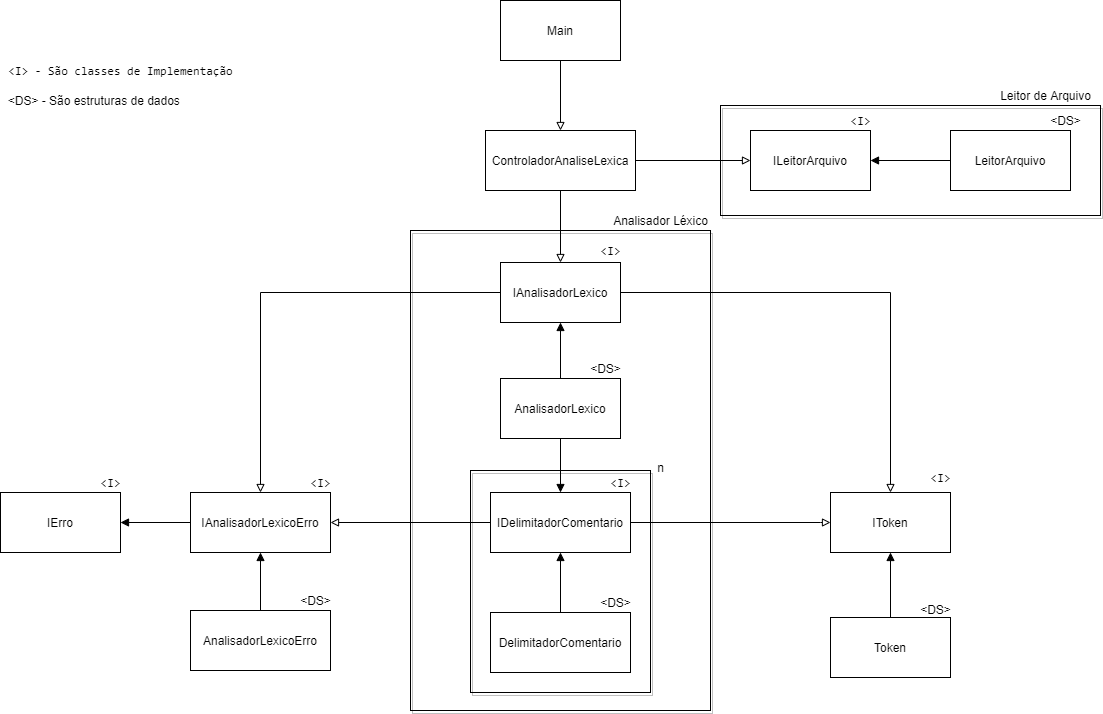
Above: diagrama.png in patricksantos/pbl-compiladores (draw.io), before the change. Source tidied: cells renumbered, new cells last; positions are measured from the earlier drawing's top-left corner, leaving out a move shared by most shapes. Source of this version:
```xml
<mxGraphModel>
  <root>
    <mxCell id="0" />
    <mxCell id="1" parent="0" />
    <mxCell id="2" style="whiteSpace=wrap;html=1;fillColor=none;shadow=1;" parent="1" vertex="1">
      <mxGeometry x="720" y="105" width="380" height="110" as="geometry" />
    </mxCell>
    <mxCell id="3" style="whiteSpace=wrap;html=1;fillColor=none;shadow=1;rounded=0;glass=0;sketch=0;" parent="1" vertex="1">
      <mxGeometry x="410" y="230" width="300" height="480" as="geometry" />
    </mxCell>
    <mxCell id="4" style="whiteSpace=wrap;html=1;fillColor=none;sketch=0;shadow=1;" parent="1" vertex="1">
      <mxGeometry x="470" y="470" width="180" height="222" as="geometry" />
    </mxCell>
    <mxCell id="5" style="edgeStyle=orthogonalEdgeStyle;rounded=0;jettySize=auto;html=1;exitX=0.5;exitY=1;exitDx=0;exitDy=0;entryX=0.5;entryY=0;entryDx=0;entryDy=0;endArrow=block;endFill=0;" parent="1" edge="1" source="6" target="9">
      <mxGeometry relative="1" as="geometry" />
    </mxCell>
    <mxCell id="6" value="Main" style="rounded=0;whiteSpace=wrap;html=1;" parent="1" vertex="1">
      <mxGeometry x="500" width="120" height="60" as="geometry" />
    </mxCell>
    <mxCell id="7" style="edgeStyle=orthogonalEdgeStyle;rounded=0;jettySize=auto;html=1;exitX=1;exitY=0.5;exitDx=0;exitDy=0;entryX=0;entryY=0.5;entryDx=0;entryDy=0;endArrow=block;endFill=0;" parent="1" edge="1" source="9" target="10">
      <mxGeometry relative="1" as="geometry" />
    </mxCell>
    <mxCell id="8" style="edgeStyle=orthogonalEdgeStyle;rounded=0;jettySize=auto;html=1;exitX=0.5;exitY=1;exitDx=0;exitDy=0;endArrow=block;endFill=0;" parent="1" edge="1" source="9" target="15">
      <mxGeometry relative="1" as="geometry" />
    </mxCell>
    <mxCell id="9" value="ControladorAnaliseLexica" style="rounded=0;whiteSpace=wrap;html=1;align=center;" parent="1" vertex="1">
      <mxGeometry x="485" y="130" width="150" height="60" as="geometry" />
    </mxCell>
    <mxCell id="10" value="ILeitorArquivo" style="rounded=0;whiteSpace=wrap;html=1;" parent="1" vertex="1">
      <mxGeometry x="750" y="130" width="120" height="60" as="geometry" />
    </mxCell>
    <mxCell id="11" style="edgeStyle=orthogonalEdgeStyle;rounded=0;jettySize=auto;html=1;exitX=0;exitY=0.5;exitDx=0;exitDy=0;entryX=1;entryY=0.5;entryDx=0;entryDy=0;endArrow=block;endFill=1;" parent="1" edge="1" source="12" target="10">
      <mxGeometry relative="1" as="geometry" />
    </mxCell>
    <mxCell id="12" value="LeitorArquivo" style="rounded=0;whiteSpace=wrap;html=1;" parent="1" vertex="1">
      <mxGeometry x="950" y="130" width="120" height="60" as="geometry" />
    </mxCell>
    <mxCell id="13" style="edgeStyle=orthogonalEdgeStyle;rounded=0;jettySize=auto;html=1;exitX=1;exitY=0.5;exitDx=0;exitDy=0;entryX=0.5;entryY=0;entryDx=0;entryDy=0;endArrow=block;endFill=0;" parent="1" edge="1" source="15" target="27">
      <mxGeometry relative="1" as="geometry" />
    </mxCell>
    <mxCell id="14" style="edgeStyle=orthogonalEdgeStyle;rounded=0;jettySize=auto;html=1;exitX=0;exitY=0.5;exitDx=0;exitDy=0;endArrow=block;endFill=0;" parent="1" edge="1" source="15" target="32">
      <mxGeometry relative="1" as="geometry" />
    </mxCell>
    <mxCell id="15" value="IAnalisadorLexico" style="rounded=0;whiteSpace=wrap;html=1;" parent="1" vertex="1">
      <mxGeometry x="500" y="262" width="120" height="60" as="geometry" />
    </mxCell>
    <mxCell id="16" style="edgeStyle=orthogonalEdgeStyle;rounded=0;jettySize=auto;html=1;exitX=0.5;exitY=0;exitDx=0;exitDy=0;entryX=0.5;entryY=1;entryDx=0;entryDy=0;endArrow=block;endFill=1;" parent="1" edge="1" source="18" target="15">
      <mxGeometry relative="1" as="geometry" />
    </mxCell>
    <mxCell id="17" style="edgeStyle=orthogonalEdgeStyle;rounded=0;jettySize=auto;html=1;exitX=0.5;exitY=1;exitDx=0;exitDy=0;entryX=0.5;entryY=0;entryDx=0;entryDy=0;endArrow=block;endFill=1;" parent="1" edge="1" source="18" target="21">
      <mxGeometry relative="1" as="geometry" />
    </mxCell>
    <mxCell id="18" value="AnalisadorLexico" style="rounded=0;whiteSpace=wrap;html=1;" parent="1" vertex="1">
      <mxGeometry x="500" y="378" width="120" height="60" as="geometry" />
    </mxCell>
    <mxCell id="19" style="edgeStyle=orthogonalEdgeStyle;rounded=0;jettySize=auto;html=1;exitX=1;exitY=0.5;exitDx=0;exitDy=0;entryX=0;entryY=0.5;entryDx=0;entryDy=0;endArrow=block;endFill=0;" parent="1" edge="1" source="21" target="27">
      <mxGeometry relative="1" as="geometry">
        <Array as="points">
          <mxPoint x="820" y="522" />
        </Array>
      </mxGeometry>
    </mxCell>
    <mxCell id="20" style="edgeStyle=orthogonalEdgeStyle;rounded=0;jettySize=auto;html=1;exitX=0;exitY=0.5;exitDx=0;exitDy=0;entryX=1;entryY=0.5;entryDx=0;entryDy=0;endArrow=block;endFill=0;" parent="1" edge="1" source="21" target="32">
      <mxGeometry relative="1" as="geometry" />
    </mxCell>
    <mxCell id="21" value="IDelimitadorComentario" style="whiteSpace=wrap;html=1;" parent="1" vertex="1">
      <mxGeometry x="490" y="492" width="140" height="60" as="geometry" />
    </mxCell>
    <mxCell id="22" style="edgeStyle=orthogonalEdgeStyle;rounded=0;jettySize=auto;html=1;exitX=0.5;exitY=0;exitDx=0;exitDy=0;entryX=0.5;entryY=1;entryDx=0;entryDy=0;endArrow=block;endFill=1;" parent="1" edge="1" source="23" target="21">
      <mxGeometry relative="1" as="geometry" />
    </mxCell>
    <mxCell id="23" value="&lt;span&gt;DelimitadorComentario&lt;/span&gt;" style="whiteSpace=wrap;html=1;" parent="1" vertex="1">
      <mxGeometry x="490" y="612" width="140" height="60" as="geometry" />
    </mxCell>
    <mxCell id="24" value="Analisador Léxico" style="text;html=1;align=center;verticalAlign=middle;" parent="1" vertex="1">
      <mxGeometry x="605" y="210" width="110" height="20" as="geometry" />
    </mxCell>
    <mxCell id="25" value="n" style="text;html=1;align=center;verticalAlign=middle;" parent="1" vertex="1">
      <mxGeometry x="650" y="457" width="20" height="20" as="geometry" />
    </mxCell>
    <mxCell id="26" value="Leitor de Arquivo" style="text;html=1;align=center;verticalAlign=middle;" parent="1" vertex="1">
      <mxGeometry x="990" y="85" width="110" height="20" as="geometry" />
    </mxCell>
    <mxCell id="27" value="IToken" style="rounded=0;whiteSpace=wrap;html=1;" parent="1" vertex="1">
      <mxGeometry x="830" y="492" width="120" height="60" as="geometry" />
    </mxCell>
    <mxCell id="28" style="edgeStyle=orthogonalEdgeStyle;rounded=0;jettySize=auto;html=1;exitX=0.5;exitY=0;exitDx=0;exitDy=0;entryX=0.5;entryY=1;entryDx=0;entryDy=0;endArrow=block;endFill=1;" parent="1" edge="1" source="29" target="27">
      <mxGeometry relative="1" as="geometry" />
    </mxCell>
    <mxCell id="29" value="Token" style="whiteSpace=wrap;html=1;fillColor=#ffffff;" parent="1" vertex="1">
      <mxGeometry x="830" y="617" width="120" height="60" as="geometry" />
    </mxCell>
    <mxCell id="30" value="IErro" style="rounded=0;whiteSpace=wrap;html=1;" parent="1" vertex="1">
      <mxGeometry y="492" width="120" height="60" as="geometry" />
    </mxCell>
    <mxCell id="31" style="edgeStyle=orthogonalEdgeStyle;rounded=0;jettySize=auto;html=1;exitX=0;exitY=0.5;exitDx=0;exitDy=0;entryX=1;entryY=0.5;entryDx=0;entryDy=0;endArrow=block;endFill=1;" parent="1" edge="1" source="32" target="30">
      <mxGeometry relative="1" as="geometry" />
    </mxCell>
    <mxCell id="32" value="IAnalisadorLexicoErro" style="whiteSpace=wrap;html=1;fillColor=#ffffff;" parent="1" vertex="1">
      <mxGeometry x="190" y="492" width="140" height="60" as="geometry" />
    </mxCell>
    <mxCell id="33" style="edgeStyle=orthogonalEdgeStyle;rounded=0;jettySize=auto;html=1;exitX=0.5;exitY=0;exitDx=0;exitDy=0;entryX=0.5;entryY=1;entryDx=0;entryDy=0;endArrow=block;endFill=1;" parent="1" edge="1" source="34" target="32">
      <mxGeometry relative="1" as="geometry" />
    </mxCell>
    <mxCell id="34" value="AnalisadorLexicoErro" style="whiteSpace=wrap;html=1;fillColor=#ffffff;" parent="1" vertex="1">
      <mxGeometry x="190" y="610" width="140" height="60" as="geometry" />
    </mxCell>
    <mxCell id="35" value="&lt;pre&gt;&amp;lt;I&amp;gt;&lt;/pre&gt;" style="text;html=1;align=center;verticalAlign=middle;" parent="1" vertex="1">
      <mxGeometry x="840" y="100" width="40" height="40" as="geometry" />
    </mxCell>
    <mxCell id="36" value="&lt;pre&gt;&amp;lt;I&amp;gt;&lt;/pre&gt;" style="text;html=1;align=center;verticalAlign=middle;" parent="1" vertex="1">
      <mxGeometry x="590" y="230" width="40" height="40" as="geometry" />
    </mxCell>
    <mxCell id="37" value="&lt;pre&gt;&amp;lt;I&amp;gt;&lt;/pre&gt;" style="text;html=1;align=center;verticalAlign=middle;" parent="1" vertex="1">
      <mxGeometry x="920" y="457" width="40" height="40" as="geometry" />
    </mxCell>
    <mxCell id="38" value="&lt;pre&gt;&amp;lt;I&amp;gt;&lt;/pre&gt;" style="text;html=1;align=center;verticalAlign=middle;" parent="1" vertex="1">
      <mxGeometry x="600" y="462" width="40" height="40" as="geometry" />
    </mxCell>
    <mxCell id="39" value="&lt;pre&gt;&amp;lt;I&amp;gt;&lt;/pre&gt;" style="text;html=1;align=center;verticalAlign=middle;" parent="1" vertex="1">
      <mxGeometry x="90" y="462" width="40" height="40" as="geometry" />
    </mxCell>
    <mxCell id="40" value="&lt;pre&gt;&amp;lt;I&amp;gt;&lt;/pre&gt;" style="text;html=1;align=center;verticalAlign=middle;" parent="1" vertex="1">
      <mxGeometry x="300" y="462" width="40" height="40" as="geometry" />
    </mxCell>
    <mxCell id="41" value="&amp;lt;DS&amp;gt;&lt;span&gt; - São estruturas de dados&amp;nbsp;&lt;/span&gt;" style="text;html=1;align=center;verticalAlign=middle;" parent="1" vertex="1">
      <mxGeometry y="90" width="190" height="20" as="geometry" />
    </mxCell>
    <mxCell id="42" value="&amp;lt;DS&amp;gt;" style="text;html=1;align=center;verticalAlign=middle;" parent="1" vertex="1">
      <mxGeometry x="580" y="358" width="50" height="20" as="geometry" />
    </mxCell>
    <mxCell id="43" value="&amp;lt;DS&amp;gt;" style="text;html=1;align=center;verticalAlign=middle;" parent="1" vertex="1">
      <mxGeometry x="590" y="592" width="50" height="20" as="geometry" />
    </mxCell>
    <mxCell id="44" value="&amp;lt;DS&amp;gt;" style="text;html=1;align=center;verticalAlign=middle;" parent="1" vertex="1">
      <mxGeometry x="290" y="590" width="50" height="20" as="geometry" />
    </mxCell>
    <mxCell id="45" value="&amp;lt;DS&amp;gt;" style="text;html=1;align=center;verticalAlign=middle;" parent="1" vertex="1">
      <mxGeometry x="910" y="599" width="50" height="20" as="geometry" />
    </mxCell>
    <mxCell id="46" value="&amp;lt;DS&amp;gt;" style="text;html=1;align=center;verticalAlign=middle;" parent="1" vertex="1">
      <mxGeometry x="1040" y="110" width="50" height="20" as="geometry" />
    </mxCell>
    <mxCell id="47" value="&lt;pre&gt;&amp;lt;I&amp;gt; - São classes de Implementação&lt;/pre&gt;" style="text;html=1;align=center;verticalAlign=middle;" parent="1" vertex="1">
      <mxGeometry y="50" width="240" height="40" as="geometry" />
    </mxCell>
  </root>
</mxGraphModel>
```
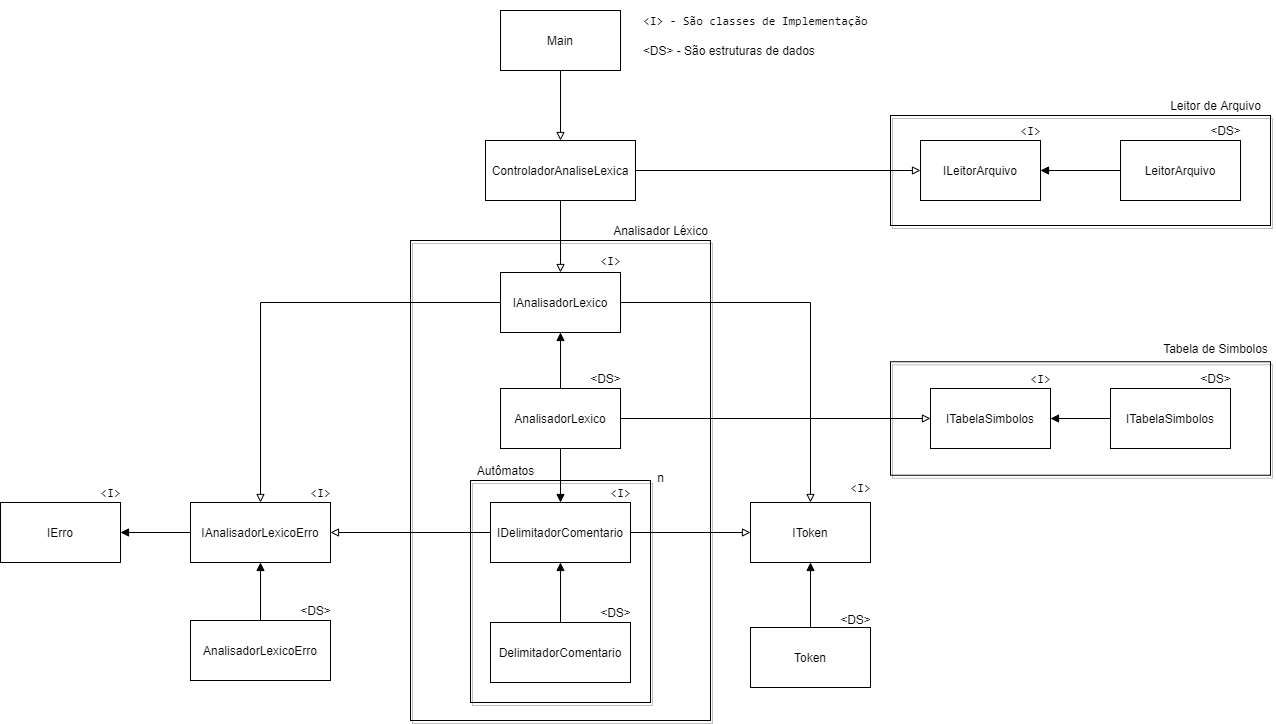
Above is the later version.

Diff of the diagram source:
```diff
@@ -3,7 +3,7 @@
     <mxCell id="0" />
     <mxCell id="1" parent="0" />
     <mxCell id="2" style="whiteSpace=wrap;html=1;fillColor=none;shadow=1;" parent="1" vertex="1">
-      <mxGeometry x="720" y="105" width="380" height="110" as="geometry" />
+      <mxGeometry x="890" y="105" width="380" height="110" as="geometry" />
     </mxCell>
     <mxCell id="3" style="whiteSpace=wrap;html=1;fillColor=none;shadow=1;rounded=0;glass=0;sketch=0;" parent="1" vertex="1">
       <mxGeometry x="410" y="230" width="300" height="480" as="geometry" />
@@ -27,13 +27,13 @@
       <mxGeometry x="485" y="130" width="150" height="60" as="geometry" />
     </mxCell>
     <mxCell id="10" value="ILeitorArquivo" style="rounded=0;whiteSpace=wrap;html=1;" parent="1" vertex="1">
-      <mxGeometry x="750" y="130" width="120" height="60" as="geometry" />
+      <mxGeometry x="920" y="130" width="120" height="60" as="geometry" />
     </mxCell>
     <mxCell id="11" style="edgeStyle=orthogonalEdgeStyle;rounded=0;jettySize=auto;html=1;exitX=0;exitY=0.5;exitDx=0;exitDy=0;entryX=1;entryY=0.5;entryDx=0;entryDy=0;endArrow=block;endFill=1;" parent="1" edge="1" source="12" target="10">
       <mxGeometry relative="1" as="geometry" />
     </mxCell>
     <mxCell id="12" value="LeitorArquivo" style="rounded=0;whiteSpace=wrap;html=1;" parent="1" vertex="1">
-      <mxGeometry x="950" y="130" width="120" height="60" as="geometry" />
+      <mxGeometry x="1120" y="130" width="120" height="60" as="geometry" />
     </mxCell>
     <mxCell id="13" style="edgeStyle=orthogonalEdgeStyle;rounded=0;jettySize=auto;html=1;exitX=1;exitY=0.5;exitDx=0;exitDy=0;entryX=0.5;entryY=0;entryDx=0;entryDy=0;endArrow=block;endFill=0;" parent="1" edge="1" source="15" target="27">
       <mxGeometry relative="1" as="geometry" />
@@ -50,19 +50,18 @@
     <mxCell id="17" style="edgeStyle=orthogonalEdgeStyle;rounded=0;jettySize=auto;html=1;exitX=0.5;exitY=1;exitDx=0;exitDy=0;entryX=0.5;entryY=0;entryDx=0;entryDy=0;endArrow=block;endFill=1;" parent="1" edge="1" source="18" target="21">
       <mxGeometry relative="1" as="geometry" />
     </mxCell>
+    <mxCell id="48" style="edgeStyle=orthogonalEdgeStyle;rounded=0;jettySize=auto;html=1;exitX=1;exitY=0.5;exitDx=0;exitDy=0;entryX=0;entryY=0.5;entryDx=0;entryDy=0;endArrow=block;endFill=0;" parent="1" edge="1" source="18" target="52">
+      <mxGeometry relative="1" as="geometry" />
+    </mxCell>
     <mxCell id="18" value="AnalisadorLexico" style="rounded=0;whiteSpace=wrap;html=1;" parent="1" vertex="1">
       <mxGeometry x="500" y="378" width="120" height="60" as="geometry" />
     </mxCell>
+    <mxCell id="20" style="edgeStyle=orthogonalEdgeStyle;rounded=0;jettySize=auto;html=1;exitX=0;exitY=0.5;exitDx=0;exitDy=0;entryX=1;entryY=0.5;entryDx=0;entryDy=0;endArrow=block;endFill=0;" parent="1" edge="1" source="21" target="32">
+      <mxGeometry relative="1" as="geometry" />
+    </mxCell>
     <mxCell id="19" style="edgeStyle=orthogonalEdgeStyle;rounded=0;jettySize=auto;html=1;exitX=1;exitY=0.5;exitDx=0;exitDy=0;entryX=0;entryY=0.5;entryDx=0;entryDy=0;endArrow=block;endFill=0;" parent="1" edge="1" source="21" target="27">
-      <mxGeometry relative="1" as="geometry">
-        <Array as="points">
-          <mxPoint x="820" y="522" />
-        </Array>
-      </mxGeometry>
+      <mxGeometry relative="1" as="geometry" />
     </mxCell>
-    <mxCell id="20" style="edgeStyle=orthogonalEdgeStyle;rounded=0;jettySize=auto;html=1;exitX=0;exitY=0.5;exitDx=0;exitDy=0;entryX=1;entryY=0.5;entryDx=0;entryDy=0;endArrow=block;endFill=0;" parent="1" edge="1" source="21" target="32">
-      <mxGeometry relative="1" as="geometry" />
-    </mxCell>
     <mxCell id="21" value="IDelimitadorComentario" style="whiteSpace=wrap;html=1;" parent="1" vertex="1">
       <mxGeometry x="490" y="492" width="140" height="60" as="geometry" />
     </mxCell>
@@ -79,16 +78,16 @@
       <mxGeometry x="650" y="457" width="20" height="20" as="geometry" />
     </mxCell>
     <mxCell id="26" value="Leitor de Arquivo" style="text;html=1;align=center;verticalAlign=middle;" parent="1" vertex="1">
-      <mxGeometry x="990" y="85" width="110" height="20" as="geometry" />
+      <mxGeometry x="1160" y="85" width="110" height="20" as="geometry" />
     </mxCell>
     <mxCell id="27" value="IToken" style="rounded=0;whiteSpace=wrap;html=1;" parent="1" vertex="1">
-      <mxGeometry x="830" y="492" width="120" height="60" as="geometry" />
+      <mxGeometry x="750" y="492" width="120" height="60" as="geometry" />
     </mxCell>
     <mxCell id="28" style="edgeStyle=orthogonalEdgeStyle;rounded=0;jettySize=auto;html=1;exitX=0.5;exitY=0;exitDx=0;exitDy=0;entryX=0.5;entryY=1;entryDx=0;entryDy=0;endArrow=block;endFill=1;" parent="1" edge="1" source="29" target="27">
       <mxGeometry relative="1" as="geometry" />
     </mxCell>
     <mxCell id="29" value="Token" style="whiteSpace=wrap;html=1;fillColor=#ffffff;" parent="1" vertex="1">
-      <mxGeometry x="830" y="617" width="120" height="60" as="geometry" />
+      <mxGeometry x="750" y="617" width="120" height="60" as="geometry" />
     </mxCell>
     <mxCell id="30" value="IErro" style="rounded=0;whiteSpace=wrap;html=1;" parent="1" vertex="1">
       <mxGeometry y="492" width="120" height="60" as="geometry" />
@@ -106,13 +105,13 @@
       <mxGeometry x="190" y="610" width="140" height="60" as="geometry" />
     </mxCell>
     <mxCell id="35" value="&lt;pre&gt;&amp;lt;I&amp;gt;&lt;/pre&gt;" style="text;html=1;align=center;verticalAlign=middle;" parent="1" vertex="1">
-      <mxGeometry x="840" y="100" width="40" height="40" as="geometry" />
+      <mxGeometry x="1010" y="100" width="40" height="40" as="geometry" />
     </mxCell>
     <mxCell id="36" value="&lt;pre&gt;&amp;lt;I&amp;gt;&lt;/pre&gt;" style="text;html=1;align=center;verticalAlign=middle;" parent="1" vertex="1">
       <mxGeometry x="590" y="230" width="40" height="40" as="geometry" />
     </mxCell>
     <mxCell id="37" value="&lt;pre&gt;&amp;lt;I&amp;gt;&lt;/pre&gt;" style="text;html=1;align=center;verticalAlign=middle;" parent="1" vertex="1">
-      <mxGeometry x="920" y="457" width="40" height="40" as="geometry" />
+      <mxGeometry x="840" y="457" width="40" height="40" as="geometry" />
     </mxCell>
     <mxCell id="38" value="&lt;pre&gt;&amp;lt;I&amp;gt;&lt;/pre&gt;" style="text;html=1;align=center;verticalAlign=middle;" parent="1" vertex="1">
       <mxGeometry x="600" y="462" width="40" height="40" as="geometry" />
@@ -124,7 +123,7 @@
       <mxGeometry x="300" y="462" width="40" height="40" as="geometry" />
     </mxCell>
     <mxCell id="41" value="&amp;lt;DS&amp;gt;&lt;span&gt; - São estruturas de dados&amp;nbsp;&lt;/span&gt;" style="text;html=1;align=center;verticalAlign=middle;" parent="1" vertex="1">
-      <mxGeometry y="90" width="190" height="20" as="geometry" />
+      <mxGeometry x="635" y="30" width="190" height="20" as="geometry" />
     </mxCell>
     <mxCell id="42" value="&amp;lt;DS&amp;gt;" style="text;html=1;align=center;verticalAlign=middle;" parent="1" vertex="1">
       <mxGeometry x="580" y="358" width="50" height="20" as="geometry" />
@@ -136,13 +135,37 @@
       <mxGeometry x="290" y="590" width="50" height="20" as="geometry" />
     </mxCell>
     <mxCell id="45" value="&amp;lt;DS&amp;gt;" style="text;html=1;align=center;verticalAlign=middle;" parent="1" vertex="1">
-      <mxGeometry x="910" y="599" width="50" height="20" as="geometry" />
+      <mxGeometry x="830" y="599" width="50" height="20" as="geometry" />
     </mxCell>
     <mxCell id="46" value="&amp;lt;DS&amp;gt;" style="text;html=1;align=center;verticalAlign=middle;" parent="1" vertex="1">
-      <mxGeometry x="1040" y="110" width="50" height="20" as="geometry" />
+      <mxGeometry x="1200" y="110" width="50" height="20" as="geometry" />
     </mxCell>
     <mxCell id="47" value="&lt;pre&gt;&amp;lt;I&amp;gt; - São classes de Implementação&lt;/pre&gt;" style="text;html=1;align=center;verticalAlign=middle;" parent="1" vertex="1">
-      <mxGeometry y="50" width="240" height="40" as="geometry" />
+      <mxGeometry x="635" y="-10" width="240" height="40" as="geometry" />
     </mxCell>
+    <mxCell id="49" style="whiteSpace=wrap;html=1;fillColor=none;shadow=1;" parent="1" vertex="1">
+      <mxGeometry x="890" y="351.2" width="380" height="113.5" as="geometry" />
+    </mxCell>
+    <mxCell id="50" style="edgeStyle=orthogonalEdgeStyle;rounded=0;jettySize=auto;html=1;exitX=0;exitY=0.5;exitDx=0;exitDy=0;endArrow=block;endFill=1;" parent="1" edge="1" source="51" target="52">
+      <mxGeometry relative="1" as="geometry" />
+    </mxCell>
+    <mxCell id="51" value="ITabelaSimbolos" style="whiteSpace=wrap;html=1;" parent="1" vertex="1">
+      <mxGeometry x="1110" y="378" width="120" height="60" as="geometry" />
+    </mxCell>
+    <mxCell id="52" value="&lt;span&gt;ITabelaSimbolos&lt;/span&gt;" style="whiteSpace=wrap;html=1;" parent="1" vertex="1">
+      <mxGeometry x="930" y="378" width="120" height="60" as="geometry" />
+    </mxCell>
+    <mxCell id="53" value="&lt;pre&gt;&amp;lt;I&amp;gt;&lt;/pre&gt;" style="text;html=1;align=center;verticalAlign=middle;" parent="1" vertex="1">
+      <mxGeometry x="1020" y="348" width="40" height="40" as="geometry" />
+    </mxCell>
+    <mxCell id="54" value="&amp;lt;DS&amp;gt;" style="text;html=1;align=center;verticalAlign=middle;" parent="1" vertex="1">
+      <mxGeometry x="1190" y="358" width="50" height="20" as="geometry" />
+    </mxCell>
+    <mxCell id="55" value="Tabela de Simbolos" style="text;html=1;align=center;verticalAlign=middle;" parent="1" vertex="1">
+      <mxGeometry x="1155" y="328" width="120" height="20" as="geometry" />
+    </mxCell>
+    <mxCell id="56" value="Autômatos" style="text;html=1;align=center;verticalAlign=middle;" parent="1" vertex="1">
+      <mxGeometry x="470" y="450" width="70" height="20" as="geometry" />
+    </mxCell>
   </root>
 </mxGraphModel>
```
